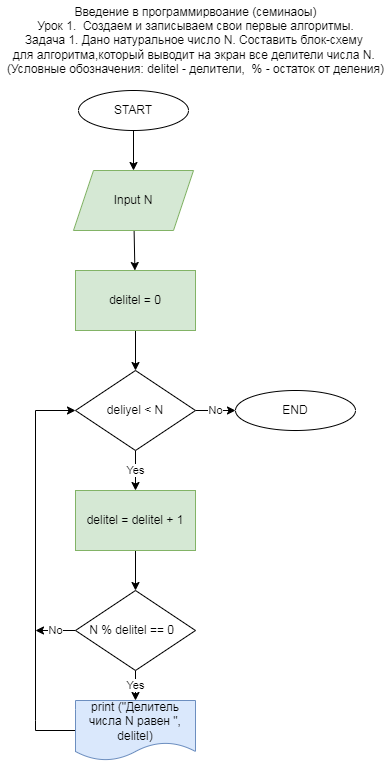
The draw.io diagram Folder_for_block_diagrams/5.drawio.png in irina792901/additional_tasks_on_algorithms, before a commit. Source tidied: cells renumbered, new cells last; positions are measured from the earlier drawing's top-left corner, leaving out a move shared by most shapes. The source it was exported from:
```xml
<mxGraphModel shadow="1">
  <root>
    <mxCell id="0" />
    <mxCell id="1" parent="0" />
    <mxCell id="2" style="edgeStyle=none;html=1;rounded=0;" parent="1" edge="1" source="3" target="5">
      <mxGeometry relative="1" as="geometry" />
    </mxCell>
    <mxCell id="3" value="START" style="ellipse;whiteSpace=wrap;html=1;rounded=0;" parent="1" vertex="1">
      <mxGeometry x="78" y="90" width="110" height="40" as="geometry" />
    </mxCell>
    <mxCell id="4" style="edgeStyle=none;html=1;rounded=0;" parent="1" edge="1" source="5" target="7">
      <mxGeometry relative="1" as="geometry" />
    </mxCell>
    <mxCell id="5" value="Input N" style="shape=parallelogram;perimeter=parallelogramPerimeter;whiteSpace=wrap;html=1;fixedSize=1;rounded=0;fillColor=#d5e8d4;strokeColor=#82b366;" parent="1" vertex="1">
      <mxGeometry x="73" y="170" width="120" height="60" as="geometry" />
    </mxCell>
    <mxCell id="6" style="edgeStyle=none;html=1;rounded=0;" parent="1" edge="1" source="7" target="10">
      <mxGeometry relative="1" as="geometry" />
    </mxCell>
    <mxCell id="7" value="delitel = 0" style="rounded=0;whiteSpace=wrap;html=1;fillColor=#d5e8d4;strokeColor=#82b366;" parent="1" vertex="1">
      <mxGeometry x="75" y="270" width="120" height="60" as="geometry" />
    </mxCell>
    <mxCell id="8" value="Yes" style="edgeStyle=none;html=1;rounded=0;" parent="1" edge="1" source="10">
      <mxGeometry relative="1" as="geometry">
        <mxPoint x="135" y="490" as="targetPoint" />
      </mxGeometry>
    </mxCell>
    <mxCell id="9" value="No" style="edgeStyle=none;html=1;rounded=0;" parent="1" edge="1" source="10" target="18">
      <mxGeometry relative="1" as="geometry" />
    </mxCell>
    <mxCell id="10" value="deliyel &amp;lt; N" style="rhombus;whiteSpace=wrap;html=1;rounded=0;" parent="1" vertex="1">
      <mxGeometry x="75" y="370" width="120" height="80" as="geometry" />
    </mxCell>
    <mxCell id="11" value="Yes" style="edgeStyle=none;html=1;rounded=0;" parent="1" edge="1" source="13" target="15">
      <mxGeometry relative="1" as="geometry" />
    </mxCell>
    <mxCell id="12" value="No" style="edgeStyle=none;html=1;rounded=0;" parent="1" edge="1" source="13">
      <mxGeometry relative="1" as="geometry">
        <mxPoint x="35" y="630" as="targetPoint" />
      </mxGeometry>
    </mxCell>
    <mxCell id="13" value="N % delitel == 0&amp;nbsp;&amp;nbsp;" style="rhombus;whiteSpace=wrap;html=1;rounded=0;" parent="1" vertex="1">
      <mxGeometry x="75" y="590" width="120" height="80" as="geometry" />
    </mxCell>
    <mxCell id="14" style="edgeStyle=none;html=1;entryX=0;entryY=0.5;entryDx=0;entryDy=0;rounded=0;" parent="1" edge="1" source="15" target="10">
      <mxGeometry relative="1" as="geometry">
        <Array as="points">
          <mxPoint x="35" y="730" />
          <mxPoint x="35" y="720" />
          <mxPoint x="35" y="410" />
        </Array>
      </mxGeometry>
    </mxCell>
    <mxCell id="15" value="print (&quot;Делитель числа N равен &quot;, delitel)" style="shape=document;whiteSpace=wrap;html=1;boundedLbl=1;rounded=0;fillColor=#dae8fc;strokeColor=#6c8ebf;" parent="1" vertex="1">
      <mxGeometry x="75" y="700" width="120" height="60" as="geometry" />
    </mxCell>
    <mxCell id="16" style="edgeStyle=none;html=1;rounded=0;" parent="1" edge="1" source="17" target="13">
      <mxGeometry relative="1" as="geometry" />
    </mxCell>
    <mxCell id="17" value="delitel = delitel + 1" style="rounded=0;whiteSpace=wrap;html=1;fillColor=#d5e8d4;strokeColor=#82b366;" parent="1" vertex="1">
      <mxGeometry x="75" y="490" width="120" height="60" as="geometry" />
    </mxCell>
    <mxCell id="18" value="END" style="ellipse;whiteSpace=wrap;html=1;rounded=0;" parent="1" vertex="1">
      <mxGeometry x="235" y="390" width="120" height="40" as="geometry" />
    </mxCell>
    <mxCell id="19" value="Введение в программирвоание (семинаоы)&lt;br&gt;Урок 1.&amp;nbsp;&amp;nbsp;Создаем и записываем свои первые алгоритмы.&lt;br&gt;Задача 1. Дано натуральное число N. Составить блок-схему &lt;br&gt;для алгоритма,который выводит на экран все делители числа N.&amp;nbsp;&lt;br&gt;(Условные обозначения: delitel - делители,&amp;nbsp; % - остаток от деления)" style="text;html=1;align=center;verticalAlign=middle;fillColor=none;strokeColor=none;rounded=0;" parent="1" vertex="1">
      <mxGeometry width="390" height="80" as="geometry" />
    </mxCell>
  </root>
</mxGraphModel>
```
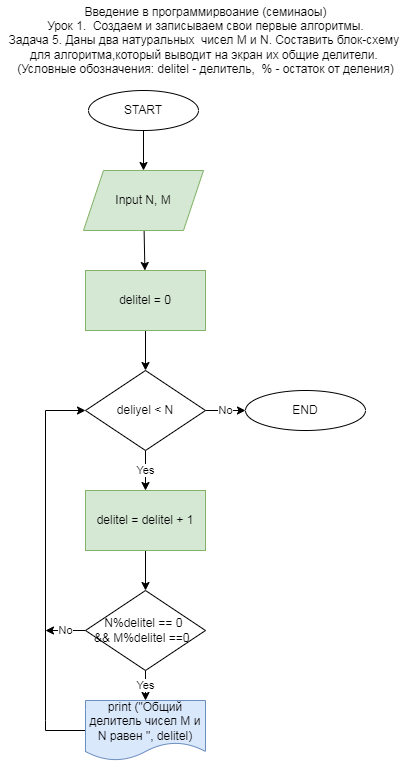
The same file after the commit.

Commit message:
Добавила блок-схемы 5  и 6

Diff of the diagram source:
```diff
@@ -11,7 +11,7 @@
     <mxCell id="4" style="edgeStyle=none;html=1;rounded=0;" parent="1" edge="1" source="5" target="7">
       <mxGeometry relative="1" as="geometry" />
     </mxCell>
-    <mxCell id="5" value="Input N" style="shape=parallelogram;perimeter=parallelogramPerimeter;whiteSpace=wrap;html=1;fixedSize=1;rounded=0;fillColor=#d5e8d4;strokeColor=#82b366;" parent="1" vertex="1">
+    <mxCell id="5" value="Input N, M" style="shape=parallelogram;perimeter=parallelogramPerimeter;whiteSpace=wrap;html=1;fixedSize=1;rounded=0;fillColor=#d5e8d4;strokeColor=#82b366;" parent="1" vertex="1">
       <mxGeometry x="73" y="170" width="120" height="60" as="geometry" />
     </mxCell>
     <mxCell id="6" style="edgeStyle=none;html=1;rounded=0;" parent="1" edge="1" source="7" target="10">
@@ -39,7 +39,7 @@
         <mxPoint x="35" y="630" as="targetPoint" />
       </mxGeometry>
     </mxCell>
-    <mxCell id="13" value="N % delitel == 0&amp;nbsp;&amp;nbsp;" style="rhombus;whiteSpace=wrap;html=1;rounded=0;" parent="1" vertex="1">
+    <mxCell id="13" value="N%delitel == 0 &lt;br&gt;&amp;amp;&amp;amp; M%delitel ==0&amp;nbsp;&amp;nbsp;" style="rhombus;whiteSpace=wrap;html=1;rounded=0;" parent="1" vertex="1">
       <mxGeometry x="75" y="590" width="120" height="80" as="geometry" />
     </mxCell>
     <mxCell id="14" style="edgeStyle=none;html=1;entryX=0;entryY=0.5;entryDx=0;entryDy=0;rounded=0;" parent="1" edge="1" source="15" target="10">
@@ -51,7 +51,7 @@
         </Array>
       </mxGeometry>
     </mxCell>
-    <mxCell id="15" value="print (&quot;Делитель числа N равен &quot;, delitel)" style="shape=document;whiteSpace=wrap;html=1;boundedLbl=1;rounded=0;fillColor=#dae8fc;strokeColor=#6c8ebf;" parent="1" vertex="1">
+    <mxCell id="15" value="print (&quot;Общий делитель чисел М и N равен &quot;, delitel)" style="shape=document;whiteSpace=wrap;html=1;boundedLbl=1;rounded=0;fillColor=#dae8fc;strokeColor=#6c8ebf;" parent="1" vertex="1">
       <mxGeometry x="75" y="700" width="120" height="60" as="geometry" />
     </mxCell>
     <mxCell id="16" style="edgeStyle=none;html=1;rounded=0;" parent="1" edge="1" source="17" target="13">
@@ -63,8 +63,8 @@
     <mxCell id="18" value="END" style="ellipse;whiteSpace=wrap;html=1;rounded=0;" parent="1" vertex="1">
       <mxGeometry x="235" y="390" width="120" height="40" as="geometry" />
     </mxCell>
-    <mxCell id="19" value="Введение в программирвоание (семинаоы)&lt;br&gt;Урок 1.&amp;nbsp;&amp;nbsp;Создаем и записываем свои первые алгоритмы.&lt;br&gt;Задача 1. Дано натуральное число N. Составить блок-схему &lt;br&gt;для алгоритма,который выводит на экран все делители числа N.&amp;nbsp;&lt;br&gt;(Условные обозначения: delitel - делители,&amp;nbsp; % - остаток от деления)" style="text;html=1;align=center;verticalAlign=middle;fillColor=none;strokeColor=none;rounded=0;" parent="1" vertex="1">
-      <mxGeometry width="390" height="80" as="geometry" />
+    <mxCell id="19" value="Введение в программирвоание (семинаоы)&lt;br&gt;Урок 1.&amp;nbsp;&amp;nbsp;Создаем и записываем свои первые алгоритмы.&lt;br&gt;Задача 5. Даны два натуральных&amp;nbsp; чисел M и N. Составить блок-схему &lt;br&gt;для алгоритма,который выводит на экран их общие делители.&amp;nbsp;&lt;br&gt;(Условные обозначения: delitel - делитель,&amp;nbsp; % - остаток от деления)" style="text;html=1;align=center;verticalAlign=middle;fillColor=none;strokeColor=none;rounded=0;" parent="1" vertex="1">
+      <mxGeometry x="-10" width="410" height="80" as="geometry" />
     </mxCell>
   </root>
 </mxGraphModel>
```
